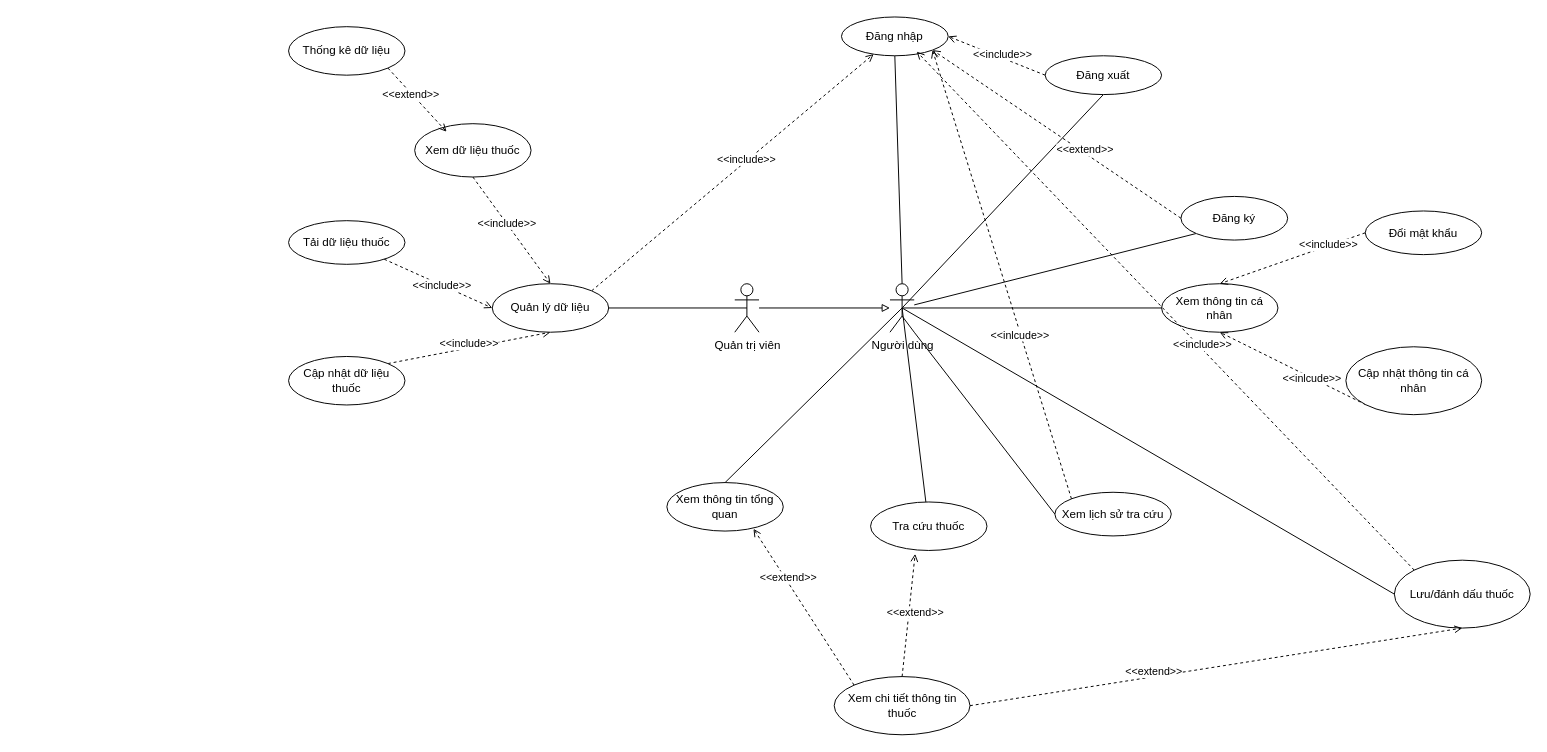
This is page "Usecase" (1 of 4) of Diagram/Usecase.drawio from TAKhoi1506/DrugRecommendation, a draw.io file, before an edit. Source tidied: cells renumbered, new cells numbered last; positions are measured from the earlier drawing's top-left corner, leaving out a move shared by most shapes. Both pictures are drawn from the tidied source at 97%, with x=0, y=0 at pixel (288, 16).
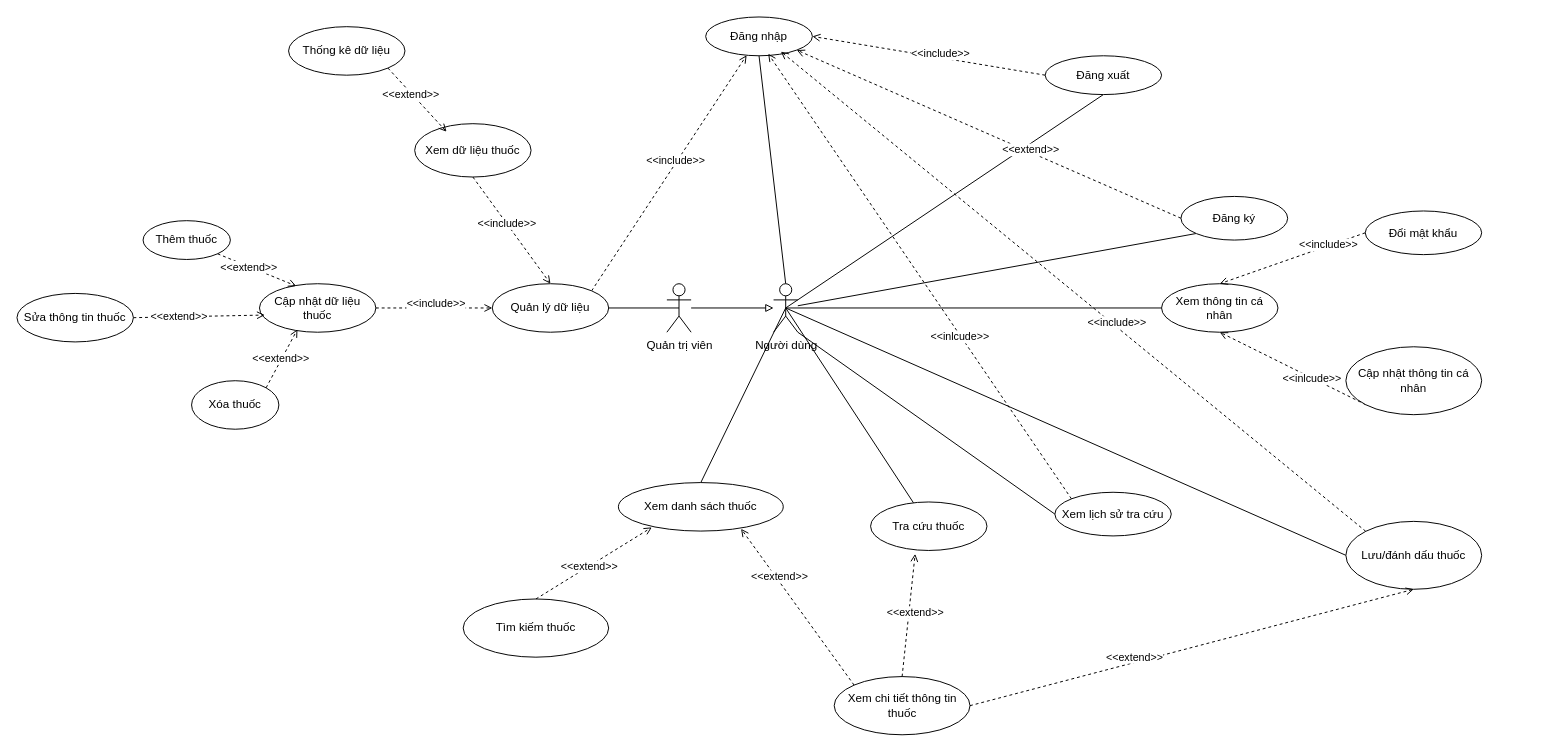
After the change.

The change refers to these unchanged cells:
```xml
<mxCell id="28" value="Quản lý dữ liệu" style="ellipse;whiteSpace=wrap;html=1;" parent="1" vertex="1">
  <mxGeometry x="210" y="275" width="120" height="50" as="geometry" />
</mxCell>
<mxCell id="50" value="Xem lịch sử tra cứu" style="ellipse;whiteSpace=wrap;html=1;" parent="1" vertex="1">
  <mxGeometry x="790" y="490" width="120" height="45" as="geometry" />
</mxCell>
```

The edit, as a diff of the source:
```diff
@@
     <mxCell id="3" value="Quản trị viên" style="shape=umlActor;verticalLabelPosition=bottom;verticalAlign=top;html=1;outlineConnect=0;" parent="1" vertex="1">
-      <mxGeometry x="460" y="275" width="25" height="50" as="geometry" />
+      <mxGeometry x="390" y="275" width="25" height="50" as="geometry" />
     </mxCell>
@@
     <mxCell id="12" value="Người dùng" style="shape=umlActor;verticalLabelPosition=bottom;verticalAlign=top;html=1;outlineConnect=0;" parent="1" vertex="1">
-      <mxGeometry x="620" y="275" width="25" height="50" as="geometry" />
+      <mxGeometry x="500" y="275" width="25" height="50" as="geometry" />
     </mxCell>
     <mxCell id="13" value="Đăng nhập" style="ellipse;whiteSpace=wrap;html=1;" parent="1" vertex="1">
-      <mxGeometry x="570" width="110" height="40" as="geometry" />
+      <mxGeometry x="430" width="110" height="40" as="geometry" />
     </mxCell>
@@
-    <mxCell id="19" value="Xem thông tin tổng quan" style="ellipse;whiteSpace=wrap;html=1;" parent="1" vertex="1">
-      <mxGeometry x="390" y="480" width="120" height="50" as="geometry" />
+    <mxCell id="19" value="Xem danh sách thuốc" style="ellipse;whiteSpace=wrap;html=1;" parent="1" vertex="1">
+      <mxGeometry x="340" y="480" width="170" height="50" as="geometry" />
     </mxCell>
@@
-    <mxCell id="22" style="rounded=0;jettySize=auto;html=1;endArrow=open;endFill=0;dashed=1;entryX=0;entryY=0.5;entryDx=0;entryDy=0;" parent="1" edge="1" source="30" target="28">
-      <mxGeometry relative="1" as="geometry" />
-    </mxCell>
-    <mxCell id="23" value="&amp;lt;&amp;lt;include&amp;gt;&amp;gt;" style="edgeLabel;html=1;align=center;verticalAlign=middle;" parent="22" vertex="1">
-      <mxGeometry x="0.07" relative="1" as="geometry" />
-    </mxCell>
-    <mxCell id="24" style="rounded=0;jettySize=auto;html=1;exitX=1;exitY=0;exitDx=0;exitDy=0;entryX=0.5;entryY=1;entryDx=0;entryDy=0;endArrow=open;endFill=0;dashed=1;" parent="1" edge="1" source="42" target="28">
+    <mxCell id="24" style="rounded=0;jettySize=auto;html=1;exitX=1;exitY=0.5;exitDx=0;exitDy=0;entryX=0;entryY=0.5;entryDx=0;entryDy=0;endArrow=open;endFill=0;dashed=1;" parent="1" edge="1" source="42" target="28">
       <mxGeometry relative="1" as="geometry" />
     </mxCell>
@@
-    <mxCell id="30" value="Tải dữ liệu thuốc" style="ellipse;whiteSpace=wrap;html=1;" parent="1" vertex="1">
-      <mxGeometry y="210" width="120" height="45" as="geometry" />
-    </mxCell>
@@
     <mxCell id="42" value="Cập nhật dữ liệu thuốc" style="ellipse;whiteSpace=wrap;html=1;" parent="1" vertex="1">
-      <mxGeometry y="350" width="120" height="50" as="geometry" />
+      <mxGeometry x="-30" y="275" width="120" height="50" as="geometry" />
     </mxCell>
@@
     <mxCell id="45" value="Lưu/đánh dấu thuốc" style="ellipse;whiteSpace=wrap;html=1;" parent="1" vertex="1">
-      <mxGeometry x="1140" y="560" width="140" height="70" as="geometry" />
+      <mxGeometry x="1090" y="520" width="140" height="70" as="geometry" />
     </mxCell>
@@
-    <mxCell id="48" style="rounded=0;jettySize=auto;html=1;exitX=0;exitY=0;exitDx=0;exitDy=0;entryX=1;entryY=1;entryDx=0;entryDy=0;endArrow=open;endFill=0;dashed=1;" parent="1" edge="1" source="50" target="13">
+    <mxCell id="48" style="rounded=0;jettySize=auto;html=1;exitX=0;exitY=0;exitDx=0;exitDy=0;entryX=0.586;entryY=0.946;entryDx=0;entryDy=0;endArrow=open;endFill=0;dashed=1;entryPerimeter=0;" parent="1" edge="1" source="50" target="13">
       <mxGeometry relative="1" as="geometry" />
     </mxCell>
@@
+    <mxCell id="58" value="Thêm thuốc" style="ellipse;whiteSpace=wrap;html=1;" parent="1" vertex="1">
+      <mxGeometry x="-150" y="210" width="90" height="40" as="geometry" />
+    </mxCell>
+    <mxCell id="59" value="Sửa thông tin thuốc" style="ellipse;whiteSpace=wrap;html=1;" parent="1" vertex="1">
+      <mxGeometry x="-280" y="285" width="120" height="50" as="geometry" />
+    </mxCell>
+    <mxCell id="60" value="Xóa thuốc" style="ellipse;whiteSpace=wrap;html=1;" parent="1" vertex="1">
+      <mxGeometry x="-100" y="375" width="90" height="50" as="geometry" />
+    </mxCell>
+    <mxCell id="61" style="rounded=0;jettySize=auto;html=1;exitX=1;exitY=1;exitDx=0;exitDy=0;entryX=0.316;entryY=0.048;entryDx=0;entryDy=0;entryPerimeter=0;dashed=1;endArrow=open;endFill=0;" parent="1" edge="1" source="58" target="42">
+      <mxGeometry relative="1" as="geometry" />
+    </mxCell>
+    <mxCell id="62" value="&amp;lt;&amp;lt;extend&amp;gt;&amp;gt;" style="edgeLabel;html=1;align=center;verticalAlign=middle;" parent="61" vertex="1">
+      <mxGeometry x="-0.23" relative="1" as="geometry" />
+    </mxCell>
+    <mxCell id="63" style="rounded=0;jettySize=auto;html=1;exitX=1;exitY=0.5;exitDx=0;exitDy=0;entryX=0.046;entryY=0.646;entryDx=0;entryDy=0;entryPerimeter=0;endArrow=open;endFill=0;dashed=1;" parent="1" edge="1" source="59" target="42">
+      <mxGeometry relative="1" as="geometry" />
+    </mxCell>
+    <mxCell id="64" value="&amp;lt;&amp;lt;extend&amp;gt;&amp;gt;" style="edgeLabel;html=1;align=center;verticalAlign=middle;" parent="63" vertex="1">
+      <mxGeometry x="-0.3" y="1" relative="1" as="geometry" />
+    </mxCell>
+    <mxCell id="65" style="rounded=0;jettySize=auto;html=1;exitX=1;exitY=0;exitDx=0;exitDy=0;entryX=0.326;entryY=0.941;entryDx=0;entryDy=0;entryPerimeter=0;endArrow=open;endFill=0;dashed=1;" parent="1" edge="1" source="60" target="42">
+      <mxGeometry relative="1" as="geometry" />
+    </mxCell>
+    <mxCell id="66" value="&amp;lt;&amp;lt;extend&amp;gt;&amp;gt;" style="edgeLabel;html=1;align=center;verticalAlign=middle;" parent="65" vertex="1">
+      <mxGeometry y="1" relative="1" as="geometry" />
+    </mxCell>
+    <mxCell id="67" value="Tìm kiếm thuốc" style="ellipse;whiteSpace=wrap;html=1;" parent="1" vertex="1">
+      <mxGeometry x="180" y="600" width="150" height="60" as="geometry" />
+    </mxCell>
+    <mxCell id="68" style="rounded=0;jettySize=auto;html=1;exitX=0.5;exitY=0;exitDx=0;exitDy=0;entryX=0.203;entryY=0.923;entryDx=0;entryDy=0;entryPerimeter=0;dashed=1;endArrow=open;endFill=0;" parent="1" edge="1" source="67" target="19">
+      <mxGeometry relative="1" as="geometry" />
+    </mxCell>
+    <mxCell id="69" value="&amp;lt;&amp;lt;extend&amp;gt;&amp;gt;" style="edgeLabel;html=1;align=center;verticalAlign=middle;" parent="68" vertex="1">
+      <mxGeometry x="-0.11" y="1" relative="1" as="geometry">
+        <mxPoint x="1" as="offset" />
+      </mxGeometry>
+    </mxCell>
```
